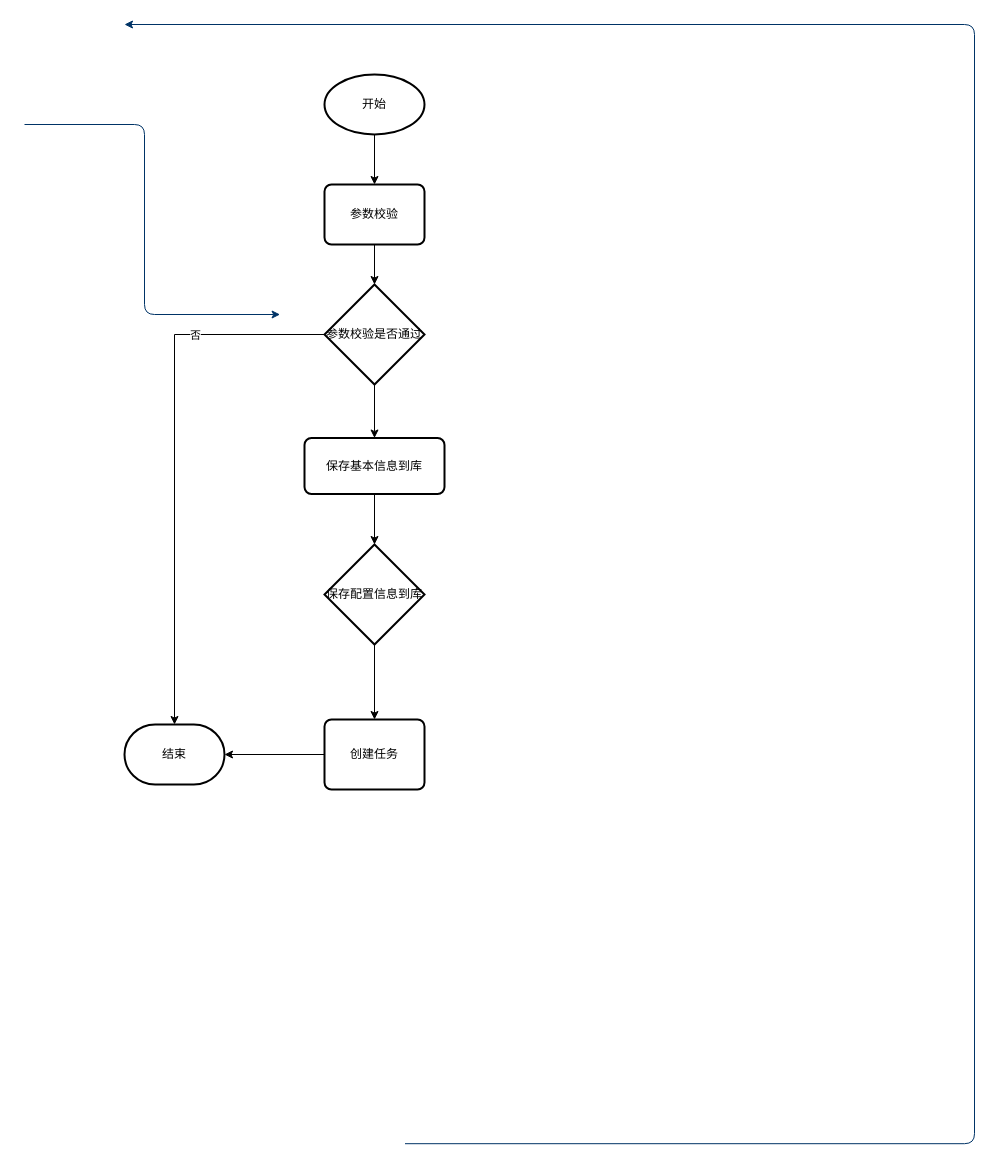
The draw.io diagram 资源目录创建.drawio in weiqingping/dw, before the edit. Source tidied: cells renumbered, new cells numbered last; positions are measured from the earlier drawing's top-left corner, leaving out a move shared by most shapes. Both pictures are drawn from the tidied source at 100%, with x=0, y=0 at pixel (24, 24).
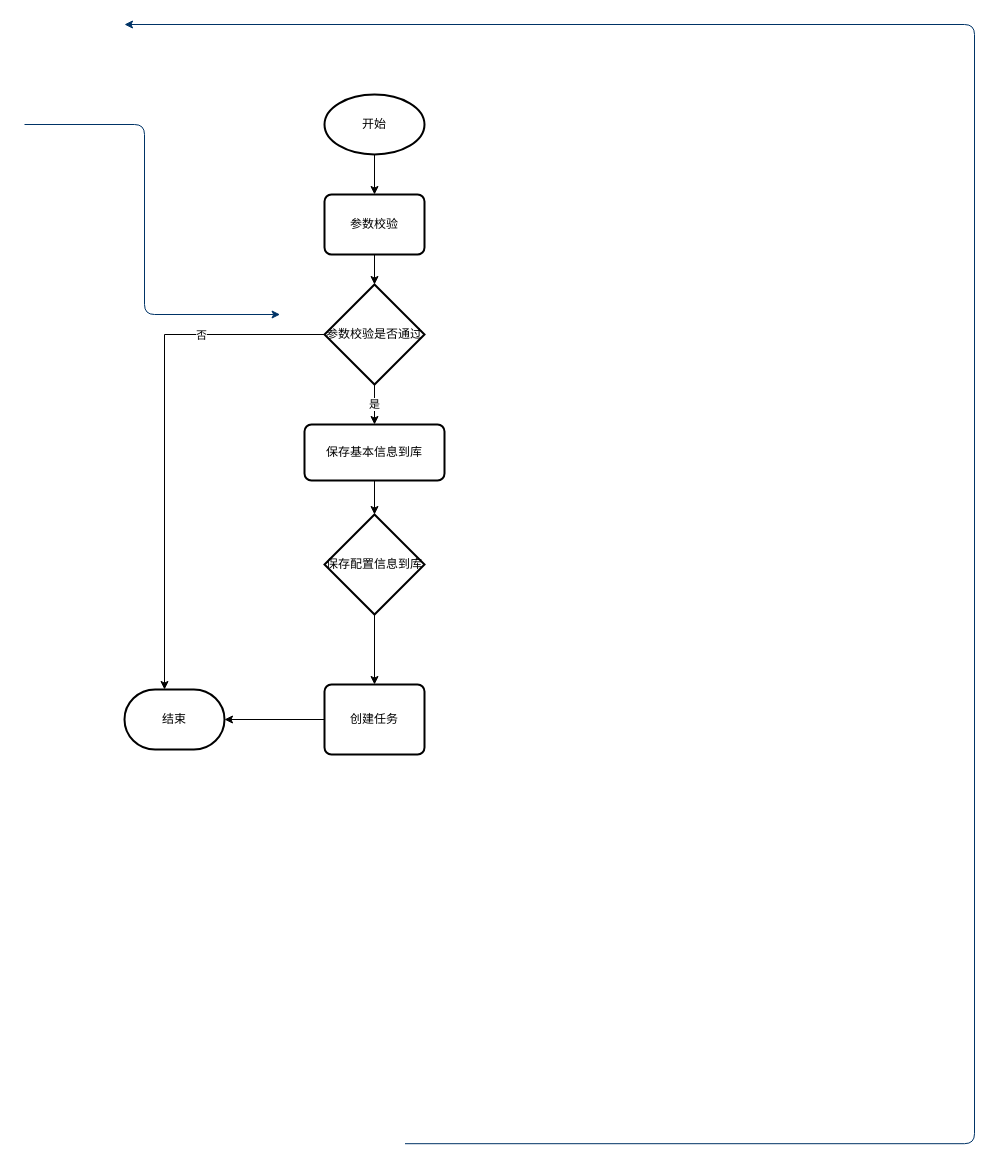
After the change.

Commit message (it also covers changes not shown here):
更新资源目录创建.drawio

Unchanged cells that the change refers to:
```xml
<mxCell id="11" value="参数校验是否通过" style="strokeWidth=2;html=1;shape=mxgraph.flowchart.decision;whiteSpace=wrap;" parent="1" vertex="1">
  <mxGeometry x="300" y="260" width="100" height="100" as="geometry" />
</mxCell>
```

Change to the diagram source:
```diff
@@
     <mxCell id="5" value="开始" style="strokeWidth=2;html=1;shape=mxgraph.flowchart.start_1;whiteSpace=wrap;" parent="1" vertex="1">
-      <mxGeometry x="300" y="50" width="100" height="60" as="geometry" />
+      <mxGeometry x="300" y="70" width="100" height="60" as="geometry" />
     </mxCell>
@@
     <mxCell id="7" value="参数校验" style="rounded=1;whiteSpace=wrap;html=1;absoluteArcSize=1;arcSize=14;strokeWidth=2;" parent="1" vertex="1">
-      <mxGeometry x="300" y="160" width="100" height="60" as="geometry" />
+      <mxGeometry x="300" y="170" width="100" height="60" as="geometry" />
     </mxCell>
     <mxCell id="8" style="edgeStyle=orthogonalEdgeStyle;rounded=0;jettySize=auto;html=1;" parent="1" edge="1" source="11" target="12">
-      <mxGeometry relative="1" as="geometry" />
+      <mxGeometry relative="1" as="geometry">
+        <Array as="points">
+          <mxPoint x="140" y="310" />
+        </Array>
+      </mxGeometry>
     </mxCell>
@@
-    <mxCell id="10" style="edgeStyle=orthogonalEdgeStyle;rounded=0;jettySize=auto;html=1;" parent="1" edge="1" source="11" target="14">
+    <mxCell id="10" value="是" style="edgeStyle=orthogonalEdgeStyle;rounded=0;jettySize=auto;html=1;" parent="1" edge="1" source="11" target="14">
       <mxGeometry relative="1" as="geometry" />
     </mxCell>
@@
     <mxCell id="12" value="结束" style="strokeWidth=2;html=1;shape=mxgraph.flowchart.terminator;whiteSpace=wrap;" parent="1" vertex="1">
-      <mxGeometry x="100" y="700" width="100" height="60" as="geometry" />
+      <mxGeometry x="100" y="665" width="100" height="60" as="geometry" />
     </mxCell>
@@
     <mxCell id="14" value="保存基本信息到库" style="rounded=1;whiteSpace=wrap;html=1;absoluteArcSize=1;arcSize=14;strokeWidth=2;" parent="1" vertex="1">
-      <mxGeometry x="280" y="413.5" width="140" height="56" as="geometry" />
+      <mxGeometry x="280" y="400" width="140" height="56" as="geometry" />
     </mxCell>
@@
     <mxCell id="16" value="保存配置信息到库" style="strokeWidth=2;html=1;shape=mxgraph.flowchart.decision;whiteSpace=wrap;" parent="1" vertex="1">
-      <mxGeometry x="300" y="520" width="100" height="100" as="geometry" />
+      <mxGeometry x="300" y="490" width="100" height="100" as="geometry" />
     </mxCell>
@@
     <mxCell id="18" value="创建任务" style="rounded=1;whiteSpace=wrap;html=1;absoluteArcSize=1;arcSize=14;strokeWidth=2;" parent="1" vertex="1">
-      <mxGeometry x="300" y="695" width="100" height="70" as="geometry" />
+      <mxGeometry x="300" y="660" width="100" height="70" as="geometry" />
     </mxCell>
```
